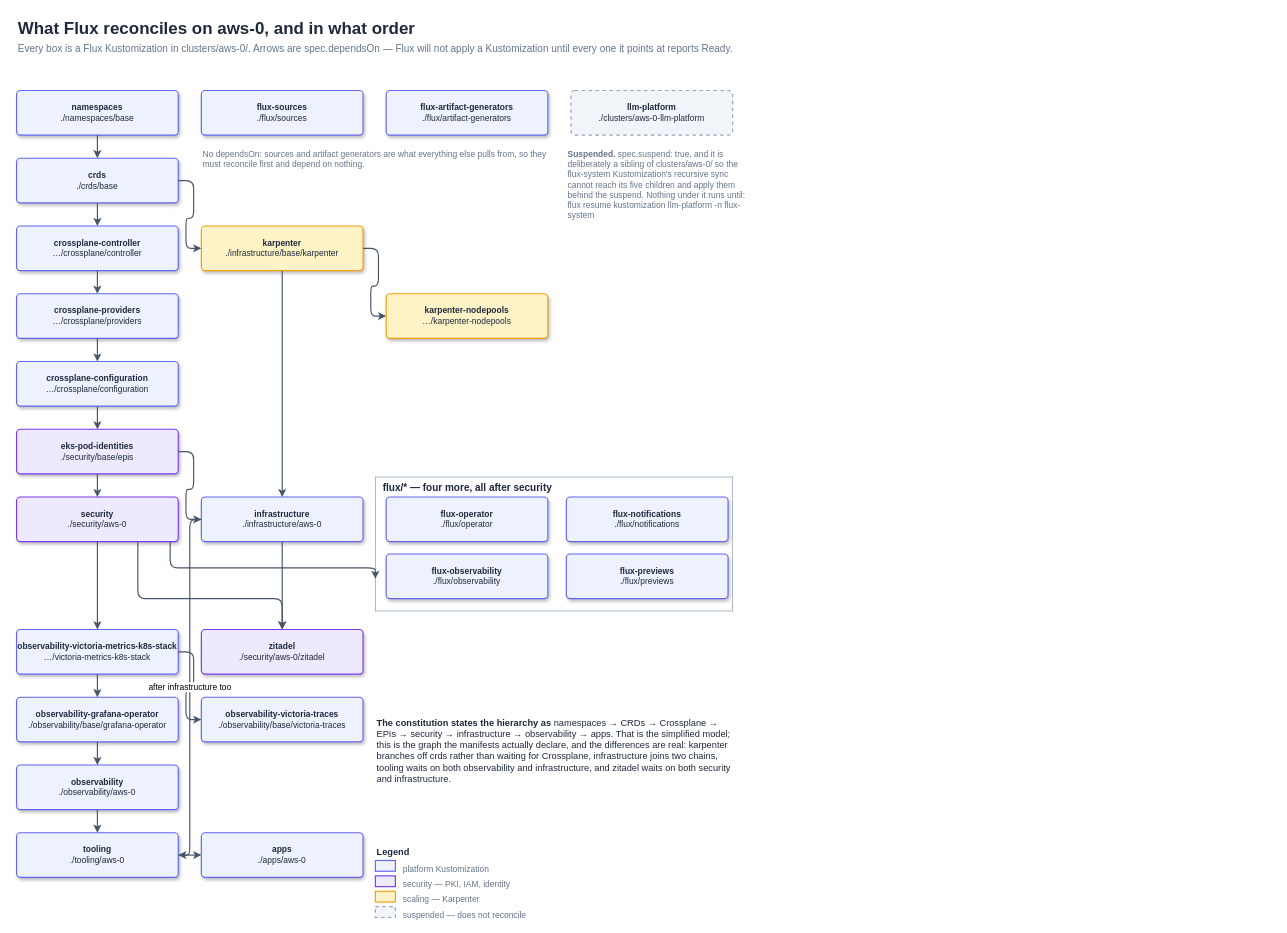
Smana/cloud-native-ref keeps this draw.io diagram as docs/architecture/flux-dependency-tree.drawio. Above is the earlier version. Source tidied: cells renumbered, new cells numbered last; positions are measured from the earlier drawing's top-left corner, leaving out a move shared by most shapes. Both pictures are drawn from the tidied source at 77%, with x=0, y=0 at pixel (16, 13).
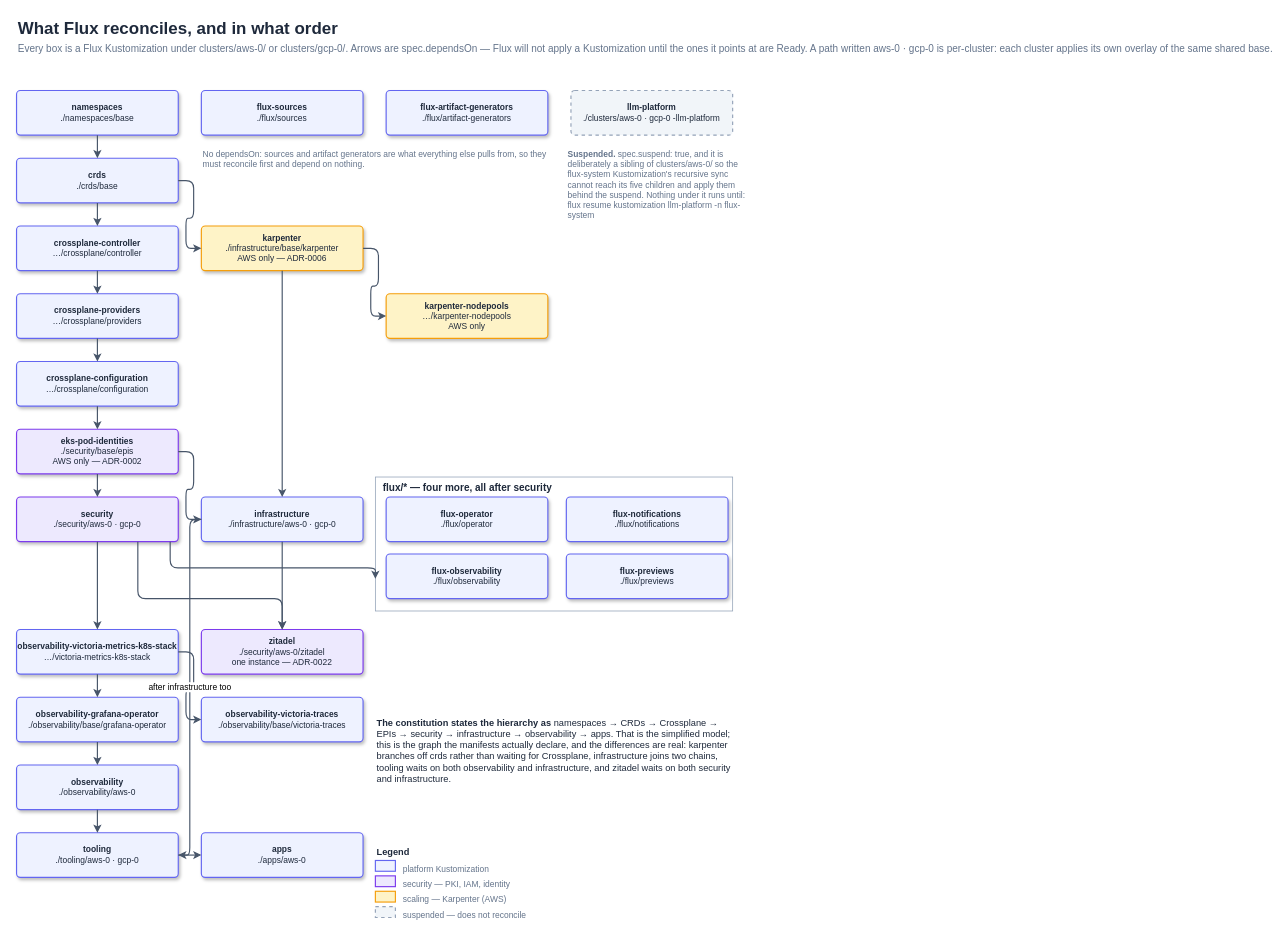
Above is the later version.

What changed in the source:
```diff
@@
-    <mxCell id="2" value="What Flux reconciles on aws-0, and in what order" style="text;html=1;fontFamily=Helvetica;fontSize=22;fontStyle=1;fontColor=#1E293B;align=left;" parent="1" vertex="1">
+    <mxCell id="2" value="What Flux reconciles, and in what order" style="text;html=1;fontFamily=Helvetica;fontSize=22;fontStyle=1;fontColor=#1E293B;align=left;" parent="1" vertex="1">
       <mxGeometry width="1100" height="30" as="geometry" />
     </mxCell>
-    <mxCell id="3" value="Every box is a Flux Kustomization in clusters/aws-0/. Arrows are spec.dependsOn — Flux will not apply a Kustomization until every one it points at reports Ready." style="text;html=1;fontFamily=Helvetica;fontSize=13;fontColor=#64748B;align=left;" parent="1" vertex="1">
+    <mxCell id="3" value="Every box is a Flux Kustomization under clusters/aws-0/ or clusters/gcp-0/. Arrows are spec.dependsOn — Flux will not apply a Kustomization until the ones it points at are Ready. A path written aws-0 · gcp-0 is per-cluster: each cluster applies its own overlay of the same shared base." style="text;html=1;fontFamily=Helvetica;fontSize=13;fontColor=#64748B;align=left;" parent="1" vertex="1">
       <mxGeometry y="32" width="1300" height="20" as="geometry" />
     </mxCell>
@@
-    <mxCell id="7" value="&lt;b&gt;llm-platform&lt;/b&gt;&#10;./clusters/aws-0-llm-platform" style="rounded=1;absoluteArcSize=1;arcSize=10;dashed=1;whiteSpace=wrap;html=1;fillColor=#F1F5F9;strokeColor=#94A3B8;strokeWidth=1.5;fontColor=#1E293B;fontFamily=Helvetica;fontSize=11;" parent="1" vertex="1">
+    <mxCell id="7" value="&lt;b&gt;llm-platform&lt;/b&gt;&#10;./clusters/aws-0 · gcp-0 -llm-platform" style="rounded=1;absoluteArcSize=1;arcSize=10;dashed=1;whiteSpace=wrap;html=1;fillColor=#F1F5F9;strokeColor=#94A3B8;strokeWidth=1.5;fontColor=#1E293B;fontFamily=Helvetica;fontSize=11;" parent="1" vertex="1">
       <mxGeometry x="720" y="100" width="210" height="58" as="geometry" />
     </mxCell>
@@
-    <mxCell id="10" value="&lt;b&gt;karpenter&lt;/b&gt;&#10;./infrastructure/base/karpenter" style="rounded=1;absoluteArcSize=1;arcSize=10;shadow=1;whiteSpace=wrap;html=1;fillColor=#FEF3C7;strokeColor=#F59E0B;strokeWidth=1.5;fontColor=#1E293B;fontFamily=Helvetica;fontSize=11;" parent="1" vertex="1">
+    <mxCell id="10" value="&lt;b&gt;karpenter&lt;/b&gt;&#10;./infrastructure/base/karpenter&#10;AWS only — ADR-0006" style="rounded=1;absoluteArcSize=1;arcSize=10;shadow=1;whiteSpace=wrap;html=1;fillColor=#FEF3C7;strokeColor=#F59E0B;strokeWidth=1.5;fontColor=#1E293B;fontFamily=Helvetica;fontSize=11;" parent="1" vertex="1">
       <mxGeometry x="240" y="276" width="210" height="58" as="geometry" />
     </mxCell>
@@
-    <mxCell id="12" value="&lt;b&gt;karpenter-nodepools&lt;/b&gt;&#10;…/karpenter-nodepools" style="rounded=1;absoluteArcSize=1;arcSize=10;shadow=1;whiteSpace=wrap;html=1;fillColor=#FEF3C7;strokeColor=#F59E0B;strokeWidth=1.5;fontColor=#1E293B;fontFamily=Helvetica;fontSize=11;" parent="1" vertex="1">
+    <mxCell id="12" value="&lt;b&gt;karpenter-nodepools&lt;/b&gt;&#10;…/karpenter-nodepools&#10;AWS only" style="rounded=1;absoluteArcSize=1;arcSize=10;shadow=1;whiteSpace=wrap;html=1;fillColor=#FEF3C7;strokeColor=#F59E0B;strokeWidth=1.5;fontColor=#1E293B;fontFamily=Helvetica;fontSize=11;" parent="1" vertex="1">
       <mxGeometry x="480" y="364" width="210" height="58" as="geometry" />
     </mxCell>
@@
-    <mxCell id="14" value="&lt;b&gt;eks-pod-identities&lt;/b&gt;&#10;./security/base/epis" style="rounded=1;absoluteArcSize=1;arcSize=10;shadow=1;whiteSpace=wrap;html=1;fillColor=#EDE9FE;strokeColor=#7C3AED;strokeWidth=1.5;fontColor=#1E293B;fontFamily=Helvetica;fontSize=11;" parent="1" vertex="1">
+    <mxCell id="14" value="&lt;b&gt;eks-pod-identities&lt;/b&gt;&#10;./security/base/epis&#10;AWS only — ADR-0002" style="rounded=1;absoluteArcSize=1;arcSize=10;shadow=1;whiteSpace=wrap;html=1;fillColor=#EDE9FE;strokeColor=#7C3AED;strokeWidth=1.5;fontColor=#1E293B;fontFamily=Helvetica;fontSize=11;" parent="1" vertex="1">
       <mxGeometry y="540" width="210" height="58" as="geometry" />
     </mxCell>
-    <mxCell id="15" value="&lt;b&gt;security&lt;/b&gt;&#10;./security/aws-0" style="rounded=1;absoluteArcSize=1;arcSize=10;shadow=1;whiteSpace=wrap;html=1;fillColor=#EDE9FE;strokeColor=#7C3AED;strokeWidth=1.5;fontColor=#1E293B;fontFamily=Helvetica;fontSize=11;" parent="1" vertex="1">
+    <mxCell id="15" value="&lt;b&gt;security&lt;/b&gt;&#10;./security/aws-0 · gcp-0" style="rounded=1;absoluteArcSize=1;arcSize=10;shadow=1;whiteSpace=wrap;html=1;fillColor=#EDE9FE;strokeColor=#7C3AED;strokeWidth=1.5;fontColor=#1E293B;fontFamily=Helvetica;fontSize=11;" parent="1" vertex="1">
       <mxGeometry y="628" width="210" height="58" as="geometry" />
     </mxCell>
-    <mxCell id="16" value="&lt;b&gt;infrastructure&lt;/b&gt;&#10;./infrastructure/aws-0" style="rounded=1;absoluteArcSize=1;arcSize=10;shadow=1;whiteSpace=wrap;html=1;fillColor=#EEF2FF;strokeColor=#6366F1;strokeWidth=1.5;fontColor=#1E293B;fontFamily=Helvetica;fontSize=11;" parent="1" vertex="1">
+    <mxCell id="16" value="&lt;b&gt;infrastructure&lt;/b&gt;&#10;./infrastructure/aws-0 · gcp-0" style="rounded=1;absoluteArcSize=1;arcSize=10;shadow=1;whiteSpace=wrap;html=1;fillColor=#EEF2FF;strokeColor=#6366F1;strokeWidth=1.5;fontColor=#1E293B;fontFamily=Helvetica;fontSize=11;" parent="1" vertex="1">
       <mxGeometry x="240" y="628" width="210" height="58" as="geometry" />
     </mxCell>
@@
-    <mxCell id="23" value="&lt;b&gt;zitadel&lt;/b&gt;&#10;./security/aws-0/zitadel" style="rounded=1;absoluteArcSize=1;arcSize=10;shadow=1;whiteSpace=wrap;html=1;fillColor=#EDE9FE;strokeColor=#7C3AED;strokeWidth=1.5;fontColor=#1E293B;fontFamily=Helvetica;fontSize=11;" parent="1" vertex="1">
+    <mxCell id="23" value="&lt;b&gt;zitadel&lt;/b&gt;&#10;./security/aws-0/zitadel&#10;one instance — ADR-0022" style="rounded=1;absoluteArcSize=1;arcSize=10;shadow=1;whiteSpace=wrap;html=1;fillColor=#EDE9FE;strokeColor=#7C3AED;strokeWidth=1.5;fontColor=#1E293B;fontFamily=Helvetica;fontSize=11;" parent="1" vertex="1">
       <mxGeometry x="240" y="800" width="210" height="58" as="geometry" />
     </mxCell>
@@
-    <mxCell id="27" value="&lt;b&gt;tooling&lt;/b&gt;&#10;./tooling/aws-0" style="rounded=1;absoluteArcSize=1;arcSize=10;shadow=1;whiteSpace=wrap;html=1;fillColor=#EEF2FF;strokeColor=#6366F1;strokeWidth=1.5;fontColor=#1E293B;fontFamily=Helvetica;fontSize=11;" parent="1" vertex="1">
+    <mxCell id="27" value="&lt;b&gt;tooling&lt;/b&gt;&#10;./tooling/aws-0 · gcp-0" style="rounded=1;absoluteArcSize=1;arcSize=10;shadow=1;whiteSpace=wrap;html=1;fillColor=#EEF2FF;strokeColor=#6366F1;strokeWidth=1.5;fontColor=#1E293B;fontFamily=Helvetica;fontSize=11;" parent="1" vertex="1">
       <mxGeometry y="1064" width="210" height="58" as="geometry" />
     </mxCell>
@@
-    <mxCell id="58" value="scaling — Karpenter" style="text;html=1;fontFamily=Helvetica;fontSize=11;fontColor=#64748B;align=left;verticalAlign=top;whiteSpace=wrap;" parent="1" vertex="1">
+    <mxCell id="58" value="scaling — Karpenter (AWS)" style="text;html=1;fontFamily=Helvetica;fontSize=11;fontColor=#64748B;align=left;verticalAlign=top;whiteSpace=wrap;" parent="1" vertex="1">
       <mxGeometry x="500" y="1138" width="286" height="16" as="geometry" />
     </mxCell>
```
